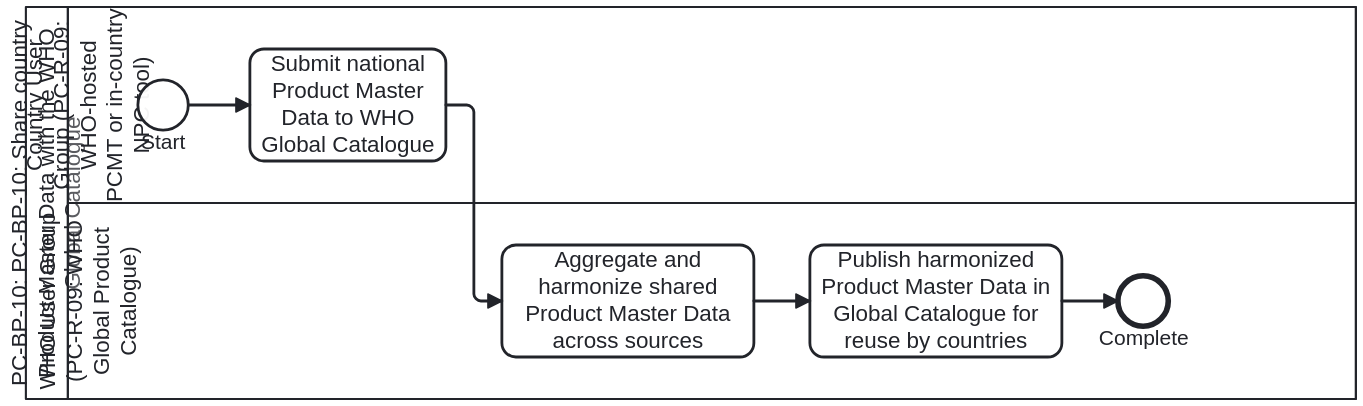
litlfred/dth-pc keeps this BPMN diagram as folio/dth-pc/media/PC-BP-10.svg. Above is the earlier version. Its source is kept beside it as processes/PC-BP-10.bpmn. Ids are renumbered.
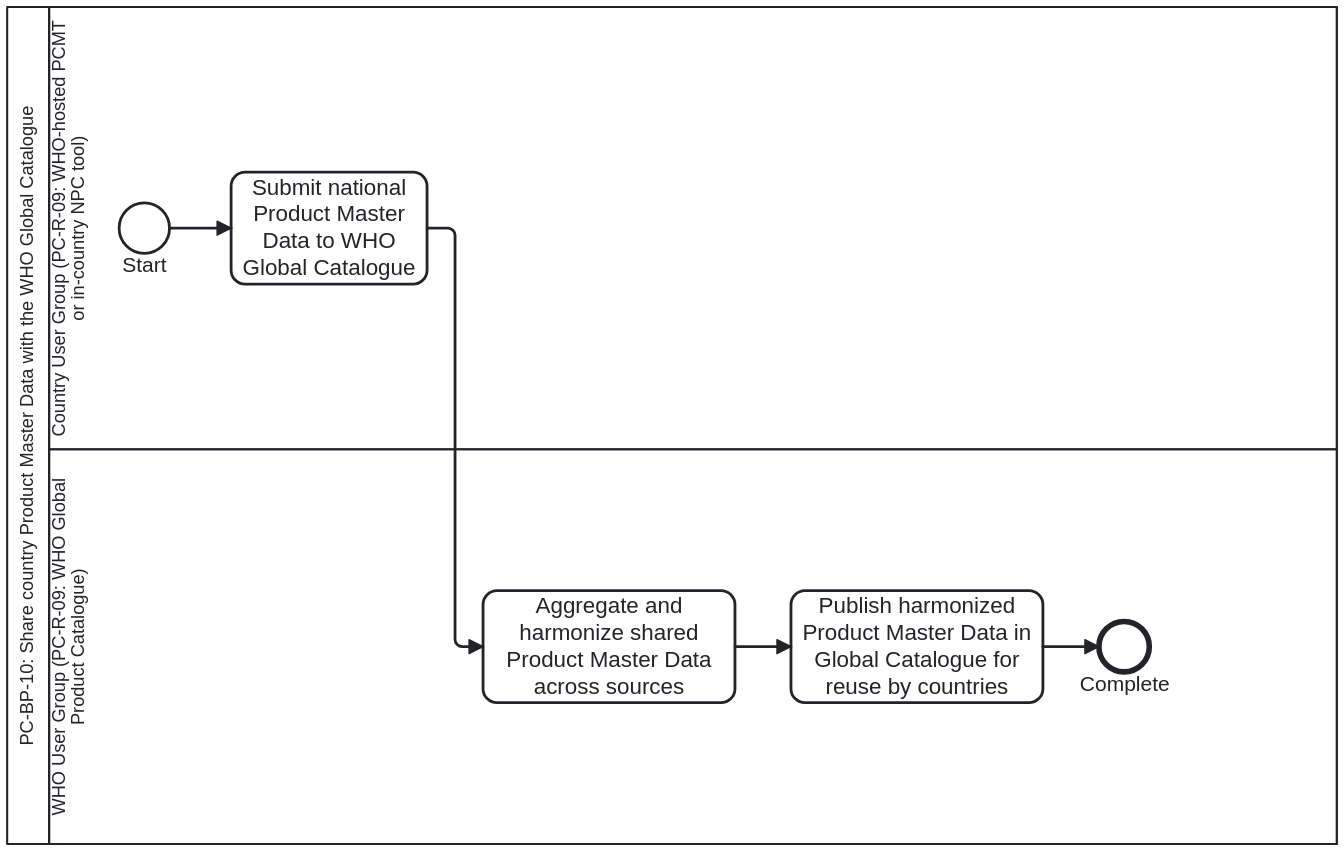
The same diagram one commit later.

Change to the diagram source:
```diff
@@ -5,7 +5,7 @@
                   id="Definitions_PC_BP_10"
                   targetNamespace="https://litlfred.github.io/dth-pc/bpmn">
   <bpmn:collaboration id="Collaboration_PC_BP_10">
-    <bpmn:participant id="Participant_PC_BP_10" name="PC-BP-10: PC-BP-10: Share country Product Master Data with the WHO Global Catalogue" processRef="Process_PC_BP_10" />
+    <bpmn:participant id="Participant_PC_BP_10" name="PC-BP-10: Share country Product Master Data with the WHO Global Catalogue" processRef="Process_PC_BP_10" />
   </bpmn:collaboration>
   <bpmn:process id="Process_PC_BP_10" name="PC-BP-10: Share country Product Master Data with the WHO Global Catalogue" isExecutable="false">
     <bpmn:documentation>PC-BP-10: PC-BP-10: Share country Product Master Data with the WHO Global Catalogue (Source: who-iris/library/9789240116191-eng, page-049, page-050).</bpmn:documentation>
@@ -55,46 +55,46 @@
   <bpmndi:BPMNDiagram id="BPMNDiagram_PC_BP_10">
     <bpmndi:BPMNPlane id="BPMNPlane_PC_BP_10" bpmnElement="Collaboration_PC_BP_10">
       <bpmndi:BPMNShape id="Participant_PC_BP_10_di" bpmnElement="Participant_PC_BP_10" isHorizontal="true">
-        <dc:Bounds x="100" y="60" width="950" height="280" />
+        <dc:Bounds x="100" y="60" width="950" height="598" />
       </bpmndi:BPMNShape>
       <bpmndi:BPMNShape id="Lane_1_di" bpmnElement="Lane_1" isHorizontal="true">
-        <dc:Bounds x="130" y="60" width="920" height="140" />
+        <dc:Bounds x="130" y="60" width="920" height="316" />
       </bpmndi:BPMNShape>
       <bpmndi:BPMNShape id="Lane_2_di" bpmnElement="Lane_2" isHorizontal="true">
-        <dc:Bounds x="130" y="200" width="920" height="140" />
+        <dc:Bounds x="130" y="376" width="920" height="282" />
       </bpmndi:BPMNShape>
       <bpmndi:BPMNShape id="StartEvent_1_di" bpmnElement="StartEvent_1">
-        <dc:Bounds x="180" y="112" width="36" height="36" />
+        <dc:Bounds x="180" y="200" width="36" height="36" />
       </bpmndi:BPMNShape>
       <bpmndi:BPMNShape id="Task_1_di" bpmnElement="Task_1">
-        <dc:Bounds x="260" y="90" width="140" height="80" />
+        <dc:Bounds x="260" y="178" width="140" height="80" />
       </bpmndi:BPMNShape>
       <bpmndi:BPMNShape id="Task_2_di" bpmnElement="Task_2">
-        <dc:Bounds x="440" y="230" width="180" height="80" />
+        <dc:Bounds x="440" y="477" width="180" height="80" />
       </bpmndi:BPMNShape>
       <bpmndi:BPMNShape id="Task_3_di" bpmnElement="Task_3">
-        <dc:Bounds x="660" y="230" width="180" height="80" />
+        <dc:Bounds x="660" y="477" width="180" height="80" />
       </bpmndi:BPMNShape>
       <bpmndi:BPMNShape id="EndEvent_1_di" bpmnElement="EndEvent_1">
-        <dc:Bounds x="880" y="252" width="36" height="36" />
+        <dc:Bounds x="880" y="499" width="36" height="36" />
       </bpmndi:BPMNShape>
       <bpmndi:BPMNEdge id="Flow_0_di" bpmnElement="Flow_0">
-        <di:waypoint x="216" y="130" />
-        <di:waypoint x="260" y="130" />
+        <di:waypoint x="216" y="218" />
+        <di:waypoint x="260" y="218" />
       </bpmndi:BPMNEdge>
       <bpmndi:BPMNEdge id="Flow_1_di" bpmnElement="Flow_1">
-        <di:waypoint x="400" y="130" />
-        <di:waypoint x="420" y="130" />
-        <di:waypoint x="420" y="270" />
-        <di:waypoint x="440" y="270" />
+        <di:waypoint x="400" y="218" />
+        <di:waypoint x="420" y="218" />
+        <di:waypoint x="420" y="517" />
+        <di:waypoint x="440" y="517" />
       </bpmndi:BPMNEdge>
       <bpmndi:BPMNEdge id="Flow_2_di" bpmnElement="Flow_2">
-        <di:waypoint x="620" y="270" />
-        <di:waypoint x="660" y="270" />
+        <di:waypoint x="620" y="517" />
+        <di:waypoint x="660" y="517" />
       </bpmndi:BPMNEdge>
       <bpmndi:BPMNEdge id="Flow_3_di" bpmnElement="Flow_3">
-        <di:waypoint x="840" y="270" />
-        <di:waypoint x="880" y="270" />
+        <di:waypoint x="840" y="517" />
+        <di:waypoint x="880" y="517" />
       </bpmndi:BPMNEdge>
     </bpmndi:BPMNPlane>
   </bpmndi:BPMNDiagram>
```
